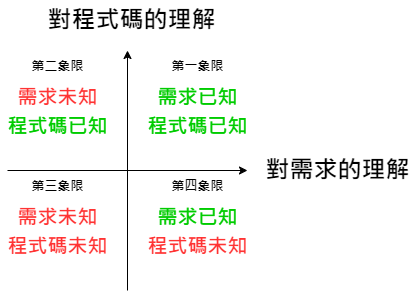
YNCBearz/YNCBearz.github.io keeps this draw.io diagram as images/notes/2025/02/two-factor-matrix.png. Above is the earlier version. Source tidied: cells renumbered, new cells last; positions are measured from the earlier drawing's top-left corner, leaving out a move shared by most shapes.
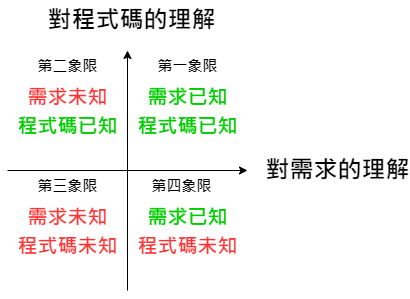
The same diagram one commit later.

The edit, as a diff of the source:
```diff
@@ -21,28 +21,28 @@
       <mxGeometry x="74" width="100" height="40" as="geometry" />
     </mxCell>
     <mxCell id="6" value="&lt;font style=&quot;font-size: 20px; color: rgb(0, 204, 0);&quot;&gt;需求已知&lt;br&gt;&lt;font style=&quot;&quot;&gt;程式碼已知&lt;/font&gt;&lt;/font&gt;" style="text;strokeColor=none;fillColor=none;html=1;fontSize=24;fontStyle=1;verticalAlign=middle;align=center;" parent="1" vertex="1">
-      <mxGeometry x="140" y="90" width="100" height="40" as="geometry" />
+      <mxGeometry x="130" y="90" width="100" height="40" as="geometry" />
     </mxCell>
     <mxCell id="7" value="&lt;font style=&quot;font-size: 20px;&quot;&gt;&lt;font style=&quot;color: rgb(0, 204, 0);&quot;&gt;&lt;font&gt;需求已知&lt;/font&gt;&lt;br&gt;&lt;/font&gt;&lt;font style=&quot;color: rgb(255, 51, 51);&quot;&gt;程式碼未知&lt;/font&gt;&lt;/font&gt;" style="text;strokeColor=none;fillColor=none;html=1;fontSize=24;fontStyle=1;verticalAlign=middle;align=center;" parent="1" vertex="1">
-      <mxGeometry x="140" y="210" width="100" height="40" as="geometry" />
+      <mxGeometry x="130" y="210" width="100" height="40" as="geometry" />
     </mxCell>
     <mxCell id="8" value="&lt;font style=&quot;font-size: 20px; color: rgb(255, 51, 51);&quot;&gt;&lt;font&gt;需求未知&lt;/font&gt;&lt;br&gt;&lt;font&gt;程式碼未知&lt;/font&gt;&lt;/font&gt;" style="text;strokeColor=none;fillColor=none;html=1;fontSize=24;fontStyle=1;verticalAlign=middle;align=center;" parent="1" vertex="1">
-      <mxGeometry y="210" width="100" height="40" as="geometry" />
+      <mxGeometry x="10" y="210" width="100" height="40" as="geometry" />
     </mxCell>
     <mxCell id="9" value="&lt;font style=&quot;font-size: 20px;&quot;&gt;&lt;font style=&quot;color: rgb(255, 51, 51);&quot;&gt;需求未知&lt;/font&gt;&lt;br&gt;&lt;font style=&quot;color: rgb(0, 204, 0);&quot;&gt;程式碼已知&lt;/font&gt;&lt;/font&gt;" style="text;strokeColor=none;fillColor=none;html=1;fontSize=24;fontStyle=1;verticalAlign=middle;align=center;" parent="1" vertex="1">
-      <mxGeometry y="90" width="100" height="40" as="geometry" />
+      <mxGeometry x="10" y="90" width="100" height="40" as="geometry" />
     </mxCell>
-    <mxCell id="10" value="&lt;font style=&quot;font-size: 13px;&quot;&gt;&lt;b&gt;第二象限&lt;/b&gt;&lt;/font&gt;" style="text;html=1;align=center;verticalAlign=middle;strokeColor=none;fillColor=none;" parent="1" vertex="1">
-      <mxGeometry x="10" y="50" width="80" height="30" as="geometry" />
+    <mxCell id="10" value="&lt;font face=&quot;Times New Roman&quot; style=&quot;font-size: 15px;&quot;&gt;&lt;b&gt;第二象限&lt;/b&gt;&lt;/font&gt;" style="text;html=1;align=center;verticalAlign=middle;strokeColor=none;fillColor=none;" parent="1" vertex="1">
+      <mxGeometry x="20" y="50" width="80" height="30" as="geometry" />
     </mxCell>
-    <mxCell id="11" value="&lt;font style=&quot;font-size: 13px;&quot;&gt;&lt;b&gt;第一象限&lt;/b&gt;&lt;/font&gt;" style="text;html=1;align=center;verticalAlign=middle;strokeColor=none;fillColor=none;" parent="1" vertex="1">
-      <mxGeometry x="150" y="50" width="80" height="30" as="geometry" />
+    <mxCell id="11" value="&lt;font face=&quot;Times New Roman&quot; style=&quot;font-size: 15px;&quot;&gt;&lt;b&gt;第一象限&lt;/b&gt;&lt;/font&gt;" style="text;html=1;align=center;verticalAlign=middle;strokeColor=none;fillColor=none;" parent="1" vertex="1">
+      <mxGeometry x="140" y="50" width="80" height="30" as="geometry" />
     </mxCell>
-    <mxCell id="12" value="&lt;font style=&quot;font-size: 13px;&quot;&gt;&lt;b&gt;第三象限&lt;/b&gt;&lt;/font&gt;" style="text;html=1;align=center;verticalAlign=middle;strokeColor=none;fillColor=none;" parent="1" vertex="1">
-      <mxGeometry x="10" y="170" width="80" height="30" as="geometry" />
+    <mxCell id="12" value="&lt;font face=&quot;Times New Roman&quot; style=&quot;font-size: 15px;&quot;&gt;&lt;b style=&quot;&quot;&gt;第三象限&lt;/b&gt;&lt;/font&gt;" style="text;html=1;align=center;verticalAlign=middle;strokeColor=none;fillColor=none;" parent="1" vertex="1">
+      <mxGeometry x="20" y="170" width="80" height="30" as="geometry" />
     </mxCell>
-    <mxCell id="13" value="&lt;font style=&quot;font-size: 13px;&quot;&gt;&lt;b&gt;第四象限&lt;/b&gt;&lt;/font&gt;" style="text;html=1;align=center;verticalAlign=middle;strokeColor=none;fillColor=none;" parent="1" vertex="1">
-      <mxGeometry x="150" y="170" width="80" height="30" as="geometry" />
+    <mxCell id="13" value="&lt;font face=&quot;Times New Roman&quot; style=&quot;font-size: 15px;&quot;&gt;&lt;b&gt;第四象限&lt;/b&gt;&lt;/font&gt;" style="text;html=1;align=center;verticalAlign=middle;strokeColor=none;fillColor=none;" parent="1" vertex="1">
+      <mxGeometry x="134" y="170" width="80" height="30" as="geometry" />
     </mxCell>
   </root>
 </mxGraphModel>
```
